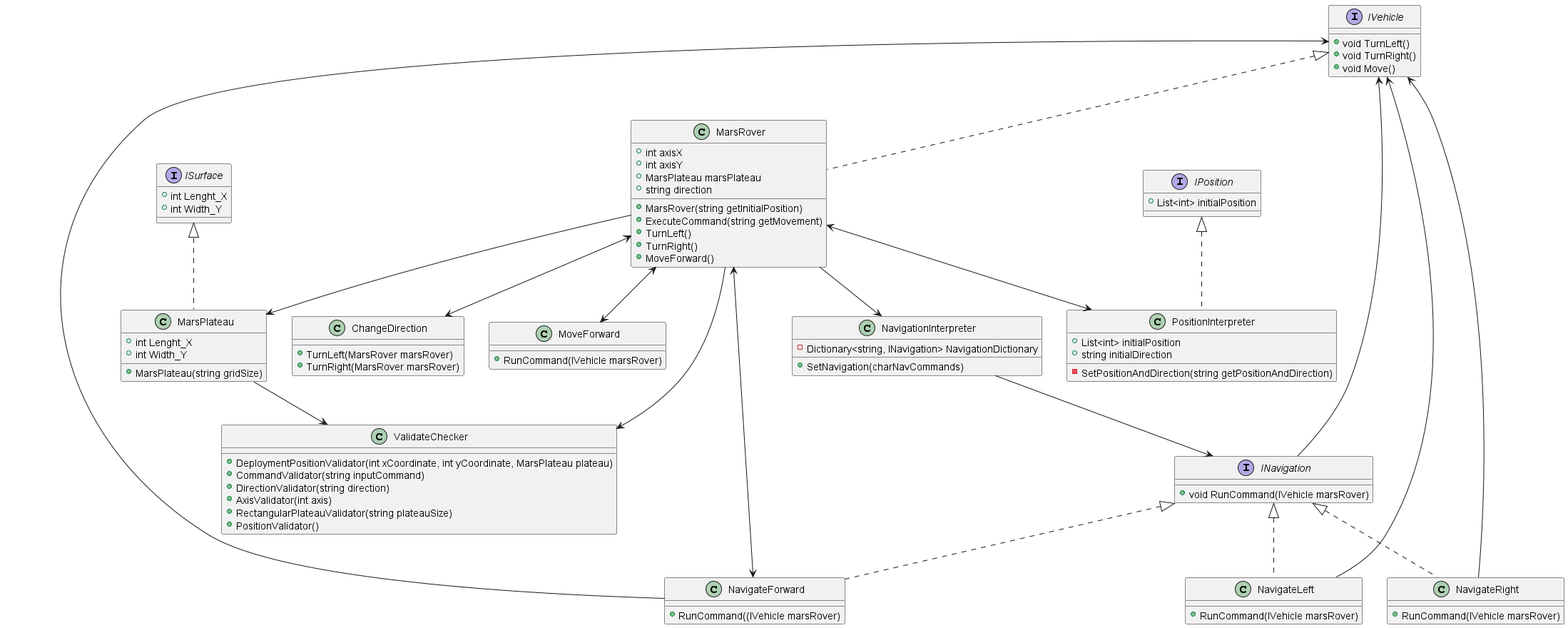
This is Mars-Rover-Project/UML-Diagram/MarsRover_Kata_UML.png from vahidkianfar/Mars-Rover-Project, a PlantUML export, as it was before one commit.
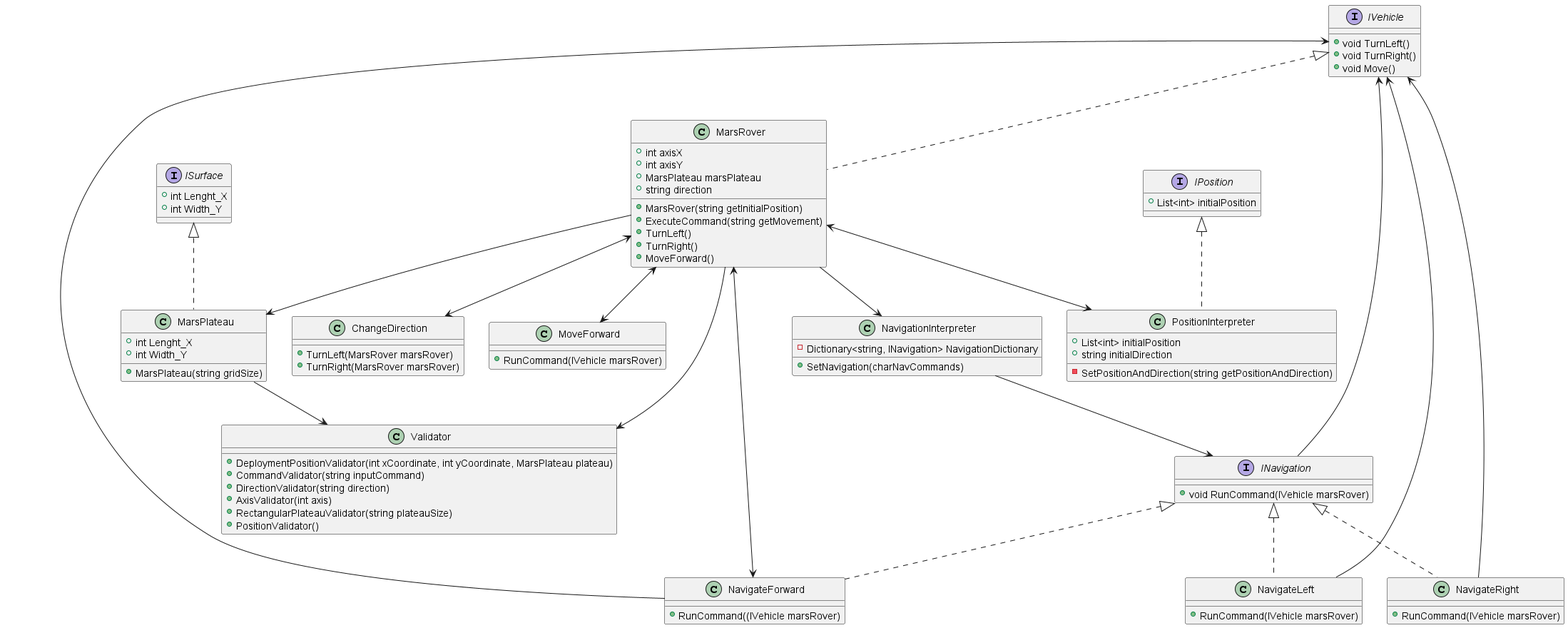
Later version of the same file.

Commit message:
Renamed "ValidateChecker" to "Validator"

The edit, as a diff of the source:
```diff
@@ -75,7 +75,7 @@
 {
 + RunCommand(IVehicle marsRover)
 }
-class ValidateChecker
+class Validator
 {
 + DeploymentPositionValidator(int xCoordinate, int yCoordinate, MarsPlateau plateau)
 + CommandValidator(string inputCommand)
@@ -91,7 +91,7 @@
 MarsRover <--> PositionInterpreter
 MarsRover --> MarsPlateau
 MarsRover --> NavigationInterpreter
-MarsRover --> ValidateChecker
+MarsRover --> Validator
 
 
 NavigateLeft --> IVehicle
@@ -100,7 +100,7 @@
 
 NavigationInterpreter --> INavigation
 
-MarsPlateau --> ValidateChecker
+MarsPlateau --> Validator
 
 
 
```
